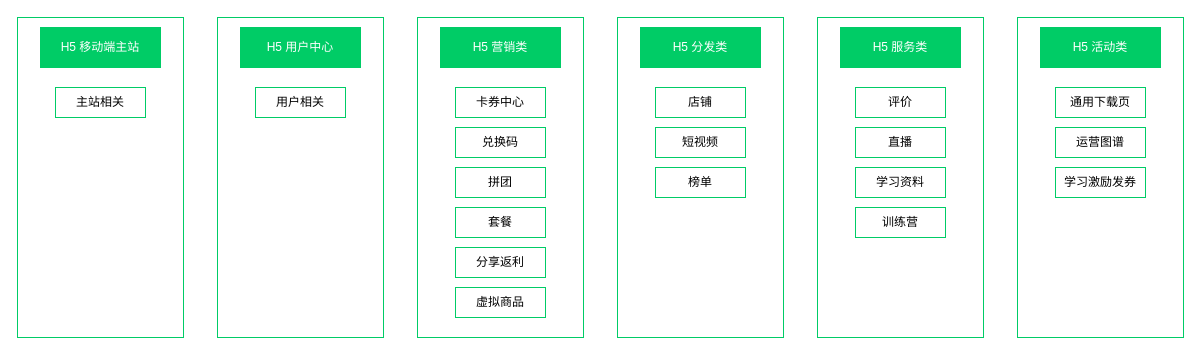
Above: zhishi-h5-project-view.drawio in fedorjia/draw-io-files (draw.io), before the change. Source tidied: cells renumbered, new cells numbered last; positions are measured from the earlier drawing's top-left corner, leaving out a move shared by most shapes. Both pictures are drawn from the tidied source at 100%, with x=0, y=0 at pixel (17, 17).
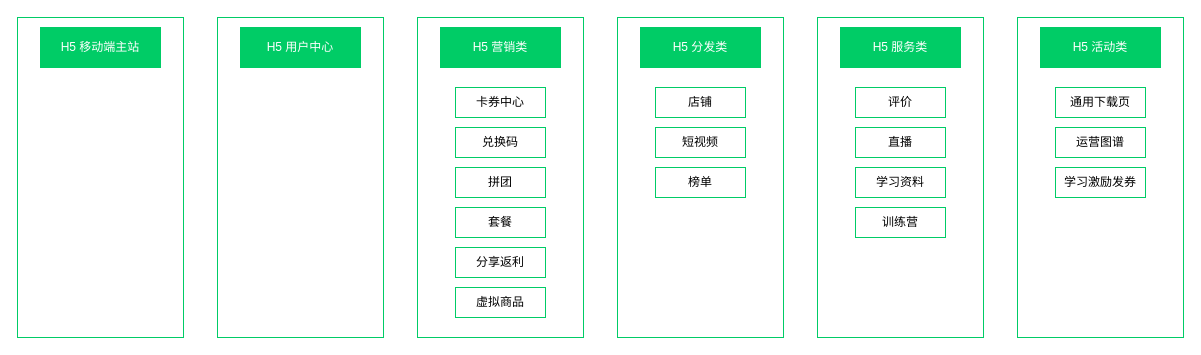
The same diagram, later.

Diff of the diagram source:
```diff
@@
-    <mxCell id="30" value="用户相关" style="rounded=0;whiteSpace=wrap;html=1;strokeColor=#00CC66;fillColor=#FFFFFF;" parent="1" vertex="1">
-      <mxGeometry x="238" y="70" width="90" height="30" as="geometry" />
-    </mxCell>
-    <mxCell id="31" value="主站相关" style="rounded=0;whiteSpace=wrap;html=1;strokeColor=#00CC66;fillColor=#FFFFFF;" parent="1" vertex="1">
-      <mxGeometry x="38" y="70" width="90" height="30" as="geometry" />
-    </mxCell>
```
